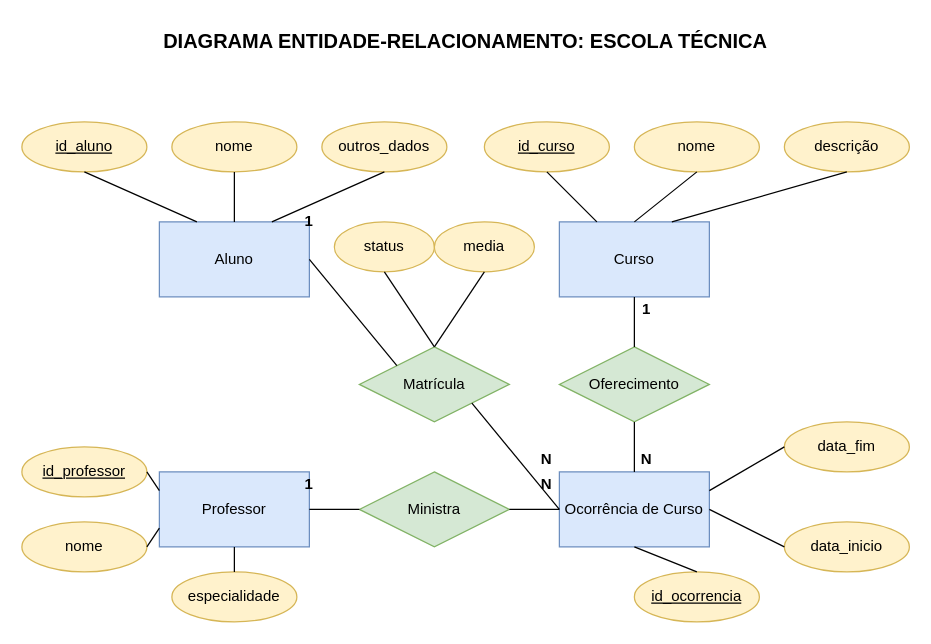
Earlier version of the draw.io diagram banco_de_dados_03.drawio (mateus-s-a/IFMT_Eng_Computacao). Source tidied: cells renumbered, new cells numbered last; positions are measured from the earlier drawing's top-left corner, leaving out a move shared by most shapes. Both pictures are drawn from the tidied source at 125%, with x=0, y=0 at pixel (21, 21).
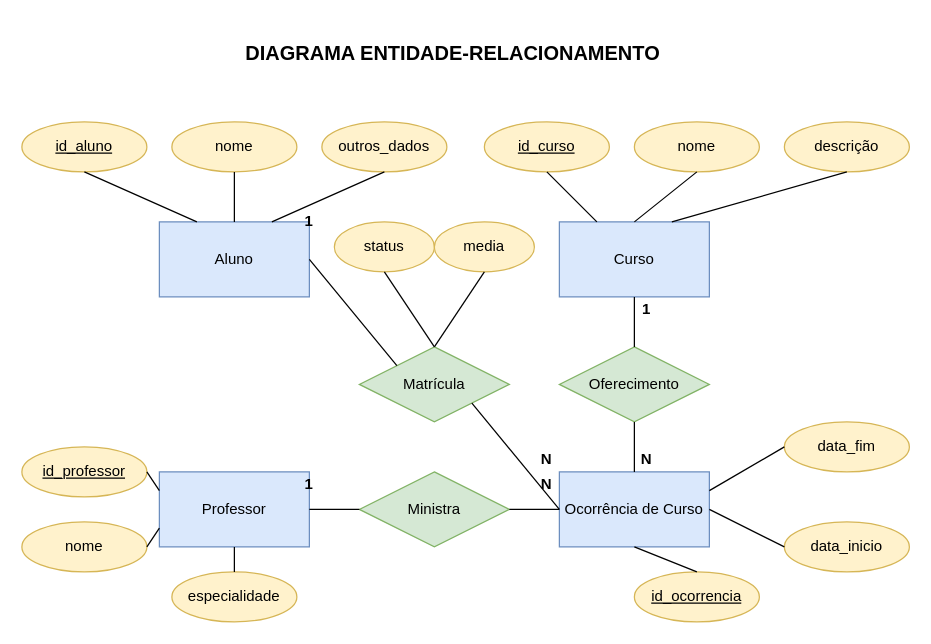
The same page after the edit.

Change to the diagram source:
```diff
@@
-    <mxCell id="49" value="DIAGRAMA ENTIDADE-RELACIONAMENTO: ESCOLA TÉCNICA" style="text;html=1;strokeColor=none;fillColor=none;align=center;verticalAlign=middle;whiteSpace=wrap;rounded=0;fontSize=16;fontStyle=1;" parent="1" vertex="1">
-      <mxGeometry x="55" width="600" height="30" as="geometry" />
+    <mxCell id="49" value="DIAGRAMA ENTIDADE-RELACIONAMENTO" style="text;html=1;strokeColor=none;fillColor=none;align=center;verticalAlign=middle;whiteSpace=wrap;rounded=0;fontSize=16;fontStyle=1;" parent="1" vertex="1">
+      <mxGeometry x="45" y="10" width="600" height="30" as="geometry" />
     </mxCell>
```
